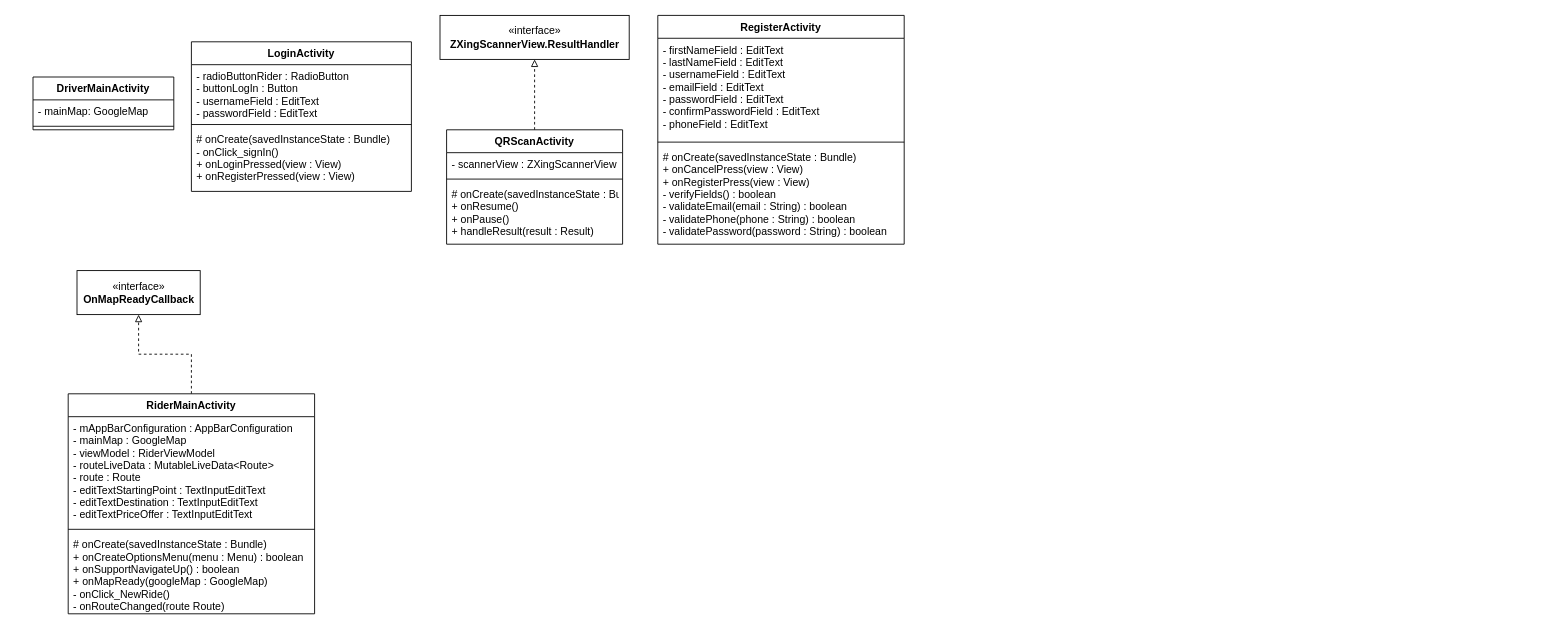
The draw.io diagram doc/UML/ActivityUML.drawio in CMPUT301W20T10/UberApp, before the edit. Source tidied: cells renumbered, new cells numbered last; positions are measured from the earlier drawing's top-left corner, leaving out a move shared by most shapes. Both pictures are drawn from the tidied source at 88%, with x=0, y=0 at pixel (33, 15).
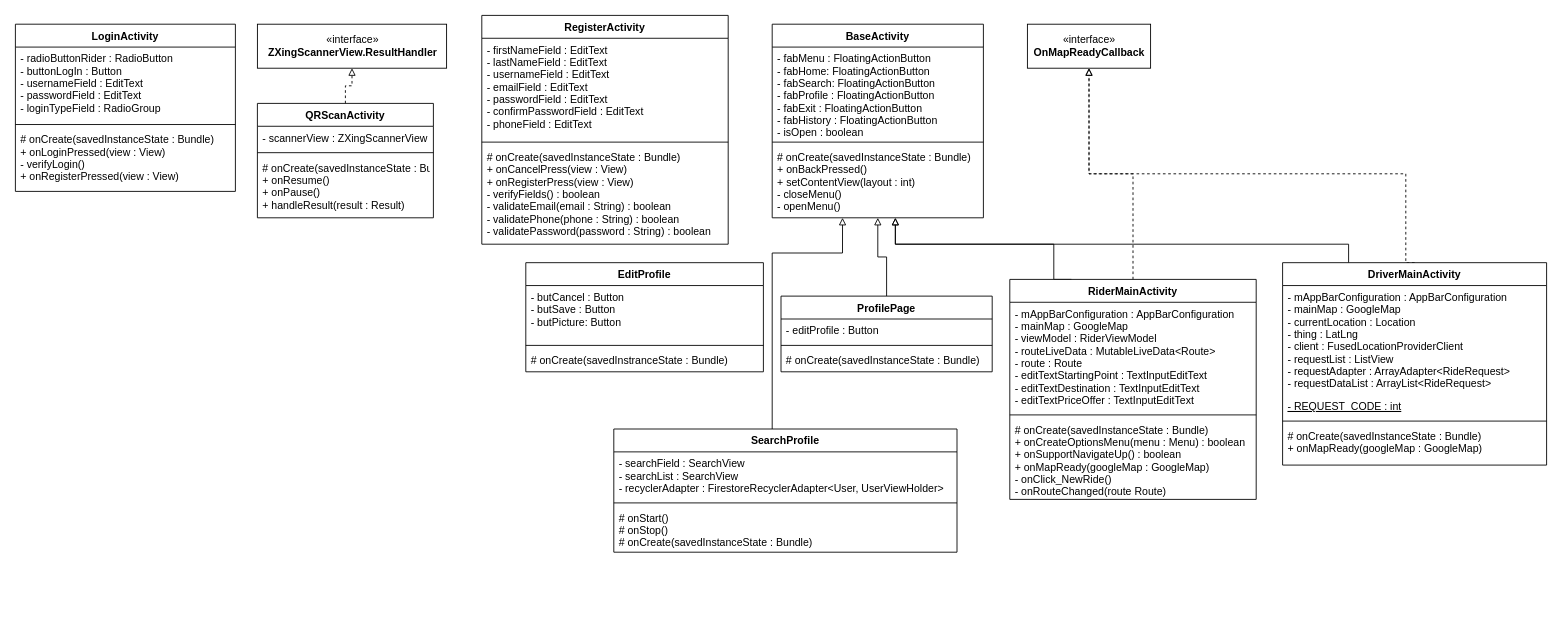
The same diagram, later.

What changed in the source:
```diff
@@
+    <mxCell id="25" style="edgeStyle=orthogonalEdgeStyle;rounded=0;jettySize=auto;html=1;exitX=0.5;exitY=0;exitDx=0;exitDy=0;dashed=1;endArrow=block;endFill=0;" parent="1" edge="1" source="2" target="24">
+      <mxGeometry relative="1" as="geometry">
+        <Array as="points">
+          <mxPoint x="1560" y="281" />
+          <mxPoint x="1560" y="180" />
+          <mxPoint x="1200" y="180" />
+        </Array>
+      </mxGeometry>
+    </mxCell>
+    <mxCell id="26" style="edgeStyle=orthogonalEdgeStyle;rounded=0;jettySize=auto;html=1;exitX=0.25;exitY=0;exitDx=0;exitDy=0;endArrow=block;endFill=0;" parent="1" edge="1" source="2">
+      <mxGeometry relative="1" as="geometry">
+        <mxPoint x="980" y="230" as="targetPoint" />
+        <Array as="points">
+          <mxPoint x="1495" y="260" />
+          <mxPoint x="980" y="260" />
+        </Array>
+      </mxGeometry>
+    </mxCell>
     <mxCell id="2" value="DriverMainActivity" style="swimlane;fontStyle=1;align=center;verticalAlign=top;horizontal=1;startSize=26;" parent="1" vertex="1">
-      <mxGeometry y="70" width="160" height="60" as="geometry" />
+      <mxGeometry x="1420" y="281" width="300" height="230" as="geometry" />
     </mxCell>
-    <mxCell id="3" value="- mainMap: GoogleMap" style="text;strokeColor=none;fillColor=none;align=left;verticalAlign=top;spacingLeft=4;spacingRight=4;overflow=hidden;" parent="2" vertex="1">
-      <mxGeometry y="26" width="160" height="26" as="geometry" />
+    <mxCell id="3" value="- mAppBarConfiguration : AppBarConfiguration&#10;- mainMap : GoogleMap&#10;- currentLocation : Location&#10;- thing : LatLng&#10;- client : FusedLocationProviderClient&#10;- requestList : ListView&#10;- requestAdapter : ArrayAdapter&lt;RideRequest&gt;&#10;- requestDataList : ArrayList&lt;RideRequest&gt;&#10;&#10;" style="text;strokeColor=none;fillColor=none;align=left;verticalAlign=top;spacingLeft=4;spacingRight=4;overflow=hidden;fontStyle=0;" parent="2" vertex="1">
+      <mxGeometry y="26" width="300" height="124" as="geometry" />
     </mxCell>
+    <mxCell id="27" value="- REQUEST_CODE : int" style="text;strokeColor=none;fillColor=none;align=left;verticalAlign=top;spacingLeft=4;spacingRight=4;overflow=hidden;fontStyle=4;" parent="2" vertex="1">
+      <mxGeometry y="150" width="300" height="26" as="geometry" />
+    </mxCell>
     <mxCell id="4" style="line;strokeWidth=1;fillColor=none;align=left;verticalAlign=middle;spacingTop=-1;spacingLeft=3;spacingRight=3;labelPosition=right;" parent="2" vertex="1">
-      <mxGeometry y="52" width="160" height="8" as="geometry" />
+      <mxGeometry y="176" width="300" height="8" as="geometry" />
     </mxCell>
+    <mxCell id="28" value="# onCreate(savedInstanceState : Bundle)&#10;+ onMapReady(googleMap : GoogleMap)&#10;" style="text;strokeColor=none;fillColor=none;align=left;verticalAlign=top;spacingLeft=4;spacingRight=4;overflow=hidden;" parent="2" vertex="1">
+      <mxGeometry y="184" width="300" height="46" as="geometry" />
+    </mxCell>
     <mxCell id="5" value="LoginActivity" style="swimlane;fontStyle=1;align=center;verticalAlign=top;horizontal=1;startSize=26;" parent="1" vertex="1">
-      <mxGeometry x="180" y="30" width="250" height="170" as="geometry" />
+      <mxGeometry x="-20" y="10" width="250" height="190" as="geometry" />
     </mxCell>
-    <mxCell id="6" value="- radioButtonRider : RadioButton&#10;- buttonLogIn : Button&#10;- usernameField : EditText&#10;- passwordField : EditText&#10;&#10;&#10;&#10;" style="text;strokeColor=none;fillColor=none;align=left;verticalAlign=top;spacingLeft=4;spacingRight=4;overflow=hidden;" parent="5" vertex="1">
-      <mxGeometry y="26" width="250" height="64" as="geometry" />
+    <mxCell id="6" value="- radioButtonRider : RadioButton&#10;- buttonLogIn : Button&#10;- usernameField : EditText&#10;- passwordField : EditText&#10;- loginTypeField : RadioGroup&#10;&#10;&#10;&#10;&#10;" style="text;strokeColor=none;fillColor=none;align=left;verticalAlign=top;spacingLeft=4;spacingRight=4;overflow=hidden;" parent="5" vertex="1">
+      <mxGeometry y="26" width="250" height="84" as="geometry" />
     </mxCell>
     <mxCell id="7" style="line;strokeWidth=1;fillColor=none;align=left;verticalAlign=middle;spacingTop=-1;spacingLeft=3;spacingRight=3;labelPosition=right;" parent="5" vertex="1">
-      <mxGeometry y="90" width="250" height="8" as="geometry" />
+      <mxGeometry y="110" width="250" height="8" as="geometry" />
     </mxCell>
-    <mxCell id="8" value="# onCreate(savedInstanceState : Bundle)&#10;- onClick_signIn()&#10;+ onLoginPressed(view : View)&#10;+ onRegisterPressed(view : View)&#10;" style="text;strokeColor=none;fillColor=none;align=left;verticalAlign=top;spacingLeft=4;spacingRight=4;overflow=hidden;" parent="5" vertex="1">
-      <mxGeometry y="98" width="250" height="72" as="geometry" />
+    <mxCell id="8" value="# onCreate(savedInstanceState : Bundle)&#10;+ onLoginPressed(view : View)&#10;- verifyLogin()&#10;+ onRegisterPressed(view : View)&#10;" style="text;strokeColor=none;fillColor=none;align=left;verticalAlign=top;spacingLeft=4;spacingRight=4;overflow=hidden;" parent="5" vertex="1">
+      <mxGeometry y="118" width="250" height="72" as="geometry" />
     </mxCell>
@@
     <mxCell id="10" value="QRScanActivity" style="swimlane;fontStyle=1;align=center;verticalAlign=top;horizontal=1;startSize=26;" parent="1" vertex="1">
-      <mxGeometry x="470" y="130" width="200" height="130" as="geometry" />
+      <mxGeometry x="255" y="100" width="200" height="130" as="geometry" />
     </mxCell>
@@
     <mxCell id="14" value="«interface»&lt;br&gt;&lt;b&gt;ZXingScannerView.ResultHandler&lt;/b&gt;" style="html=1;" parent="1" vertex="1">
-      <mxGeometry x="462.5" width="215" height="50" as="geometry" />
+      <mxGeometry x="255" y="10" width="215" height="50" as="geometry" />
     </mxCell>
     <mxCell id="15" value="RegisterActivity" style="swimlane;fontStyle=1;align=center;verticalAlign=top;horizontal=1;startSize=26;" parent="1" vertex="1">
-      <mxGeometry x="710" width="280" height="260" as="geometry" />
+      <mxGeometry x="510" width="280" height="260" as="geometry" />
     </mxCell>
@@
+    <mxCell id="29" style="edgeStyle=orthogonalEdgeStyle;rounded=0;jettySize=auto;html=1;exitX=0.25;exitY=0;exitDx=0;exitDy=0;entryX=0.583;entryY=1;entryDx=0;entryDy=0;entryPerimeter=0;endArrow=block;endFill=0;" parent="1" edge="1" source="20" target="33">
+      <mxGeometry relative="1" as="geometry">
+        <Array as="points">
+          <mxPoint x="1160" y="260" />
+          <mxPoint x="980" y="260" />
+        </Array>
+      </mxGeometry>
+    </mxCell>
     <mxCell id="20" value="RiderMainActivity" style="swimlane;fontStyle=1;align=center;verticalAlign=top;horizontal=1;startSize=26;" parent="1" vertex="1">
-      <mxGeometry x="40" y="430" width="280" height="250" as="geometry" />
+      <mxGeometry x="1110" y="300" width="280" height="250" as="geometry" />
     </mxCell>
@@
     <mxCell id="24" value="«interface»&lt;br&gt;&lt;div&gt;&lt;b&gt;OnMapReadyCallback&lt;/b&gt;&lt;/div&gt;" style="html=1;" parent="1" vertex="1">
-      <mxGeometry x="50" y="290" width="140" height="50" as="geometry" />
+      <mxGeometry x="1130" y="10" width="140" height="50" as="geometry" />
     </mxCell>
+    <mxCell id="30" value="BaseActivity&#10;" style="swimlane;fontStyle=1;align=center;verticalAlign=top;horizontal=1;startSize=26;" parent="1" vertex="1">
+      <mxGeometry x="840" y="10" width="240" height="220" as="geometry" />
+    </mxCell>
+    <mxCell id="31" value="- fabMenu : FloatingActionButton&#10;- fabHome: FloatingActionButton&#10;- fabSearch: FloatingActionButton&#10;- fabProfile : FloatingActionButton&#10;- fabExit : FloatingActionButton&#10;- fabHistory : FloatingActionButton&#10;- isOpen : boolean&#10;" style="text;strokeColor=none;fillColor=none;align=left;verticalAlign=top;spacingLeft=4;spacingRight=4;overflow=hidden;" parent="30" vertex="1">
+      <mxGeometry y="26" width="240" height="104" as="geometry" />
+    </mxCell>
+    <mxCell id="32" style="line;strokeWidth=1;fillColor=none;align=left;verticalAlign=middle;spacingTop=-1;spacingLeft=3;spacingRight=3;labelPosition=right;" parent="30" vertex="1">
+      <mxGeometry y="130" width="240" height="8" as="geometry" />
+    </mxCell>
+    <mxCell id="33" value="# onCreate(savedInstanceState : Bundle)&#10;+ onBackPressed()&#10;+ setContentView(layout : int)&#10;- closeMenu()&#10;- openMenu()&#10;" style="text;strokeColor=none;fillColor=none;align=left;verticalAlign=top;spacingLeft=4;spacingRight=4;overflow=hidden;points=[[0,0.5],[1,0.5]];portConstraint=eastwest;" parent="30" vertex="1">
+      <mxGeometry y="138" width="240" height="82" as="geometry" />
+    </mxCell>
+    <mxCell id="34" value="EditProfile" style="swimlane;fontStyle=1;align=center;verticalAlign=top;horizontal=1;startSize=26;" parent="1" vertex="1">
+      <mxGeometry x="560" y="281" width="270" height="124" as="geometry" />
+    </mxCell>
+    <mxCell id="35" value="- butCancel : Button&#10;- butSave : Button&#10;- butPicture: Button&#10;" style="text;strokeColor=none;fillColor=none;align=left;verticalAlign=top;spacingLeft=4;spacingRight=4;overflow=hidden;" parent="34" vertex="1">
+      <mxGeometry y="26" width="270" height="64" as="geometry" />
+    </mxCell>
+    <mxCell id="36" style="line;strokeWidth=1;fillColor=none;align=left;verticalAlign=middle;spacingTop=-1;spacingLeft=3;spacingRight=3;labelPosition=right;" parent="34" vertex="1">
+      <mxGeometry y="90" width="270" height="8" as="geometry" />
+    </mxCell>
+    <mxCell id="37" value="# onCreate(savedInstranceState : Bundle)&#10;" style="text;strokeColor=none;fillColor=none;align=left;verticalAlign=top;spacingLeft=4;spacingRight=4;overflow=hidden;" parent="34" vertex="1">
+      <mxGeometry y="98" width="270" height="26" as="geometry" />
+    </mxCell>
+    <mxCell id="38" style="edgeStyle=orthogonalEdgeStyle;rounded=0;jettySize=auto;html=1;entryX=0.5;entryY=1;entryDx=0;entryDy=0;endArrow=block;endFill=0;" parent="1" edge="1" source="39" target="30">
+      <mxGeometry relative="1" as="geometry" />
+    </mxCell>
+    <mxCell id="39" value="ProfilePage" style="swimlane;fontStyle=1;align=center;verticalAlign=top;horizontal=1;startSize=26;" parent="1" vertex="1">
+      <mxGeometry x="850" y="319" width="240" height="86" as="geometry" />
+    </mxCell>
+    <mxCell id="40" value="- editProfile : Button" style="text;strokeColor=none;fillColor=none;align=left;verticalAlign=top;spacingLeft=4;spacingRight=4;overflow=hidden;" parent="39" vertex="1">
+      <mxGeometry y="26" width="240" height="26" as="geometry" />
+    </mxCell>
+    <mxCell id="41" style="line;strokeWidth=1;fillColor=none;align=left;verticalAlign=middle;spacingTop=-1;spacingLeft=3;spacingRight=3;labelPosition=right;" parent="39" vertex="1">
+      <mxGeometry y="52" width="240" height="8" as="geometry" />
+    </mxCell>
+    <mxCell id="42" value="# onCreate(savedInstanceState : Bundle)&#10;" style="text;strokeColor=none;fillColor=none;align=left;verticalAlign=top;spacingLeft=4;spacingRight=4;overflow=hidden;" parent="39" vertex="1">
+      <mxGeometry y="60" width="240" height="26" as="geometry" />
+    </mxCell>
+    <mxCell id="43" style="edgeStyle=orthogonalEdgeStyle;rounded=0;jettySize=auto;html=1;entryX=0.333;entryY=1;entryDx=0;entryDy=0;entryPerimeter=0;endArrow=block;endFill=0;" parent="1" edge="1" source="44" target="33">
+      <mxGeometry relative="1" as="geometry">
+        <Array as="points">
+          <mxPoint x="840" y="270" />
+          <mxPoint x="920" y="270" />
+        </Array>
+      </mxGeometry>
+    </mxCell>
+    <mxCell id="44" value="SearchProfile" style="swimlane;fontStyle=1;align=center;verticalAlign=top;horizontal=1;startSize=26;" parent="1" vertex="1">
+      <mxGeometry x="660" y="470" width="390" height="140" as="geometry" />
+    </mxCell>
+    <mxCell id="45" value="- searchField : SearchView&#10;- searchList : SearchView&#10;- recyclerAdapter : FirestoreRecyclerAdapter&lt;User, UserViewHolder&gt;&#10;" style="text;strokeColor=none;fillColor=none;align=left;verticalAlign=top;spacingLeft=4;spacingRight=4;overflow=hidden;" parent="44" vertex="1">
+      <mxGeometry y="26" width="390" height="54" as="geometry" />
+    </mxCell>
+    <mxCell id="46" style="line;strokeWidth=1;fillColor=none;align=left;verticalAlign=middle;spacingTop=-1;spacingLeft=3;spacingRight=3;labelPosition=right;" parent="44" vertex="1">
+      <mxGeometry y="80" width="390" height="8" as="geometry" />
+    </mxCell>
+    <mxCell id="47" value="# onStart()&#10;# onStop()&#10;# onCreate(savedInstanceState : Bundle)&#10;" style="text;strokeColor=none;fillColor=none;align=left;verticalAlign=top;spacingLeft=4;spacingRight=4;overflow=hidden;" parent="44" vertex="1">
+      <mxGeometry y="88" width="390" height="52" as="geometry" />
+    </mxCell>
```
